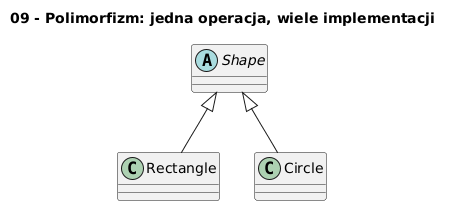
Above: src/_04-classes/09-polymorphism/diagrams/topic_09.png in tborzyszkowski/python-programming (PlantUML), before the change. Its diagram source:
```plantuml
@startuml
skinparam classAttributeIconSize 0
        title 09 - Polimorfizm: jedna operacja, wiele implementacji
        abstract class Shape
class Rectangle
class Circle
Shape <|-- Rectangle
Shape <|-- Circle
@enduml
```
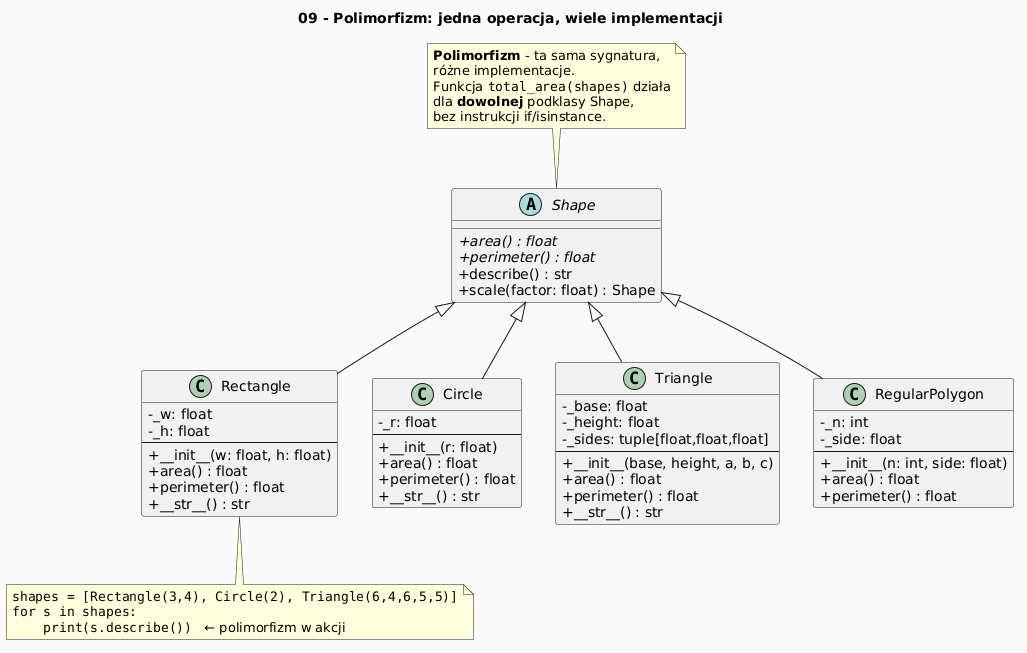
After the commit.

The edit, as a diff of the source:
```diff
@@ -1,9 +1,70 @@
 @startuml
 skinparam classAttributeIconSize 0
-        title 09 - Polimorfizm: jedna operacja, wiele implementacji
-        abstract class Shape
-class Rectangle
-class Circle
+skinparam backgroundColor #FAFAFA
+title 09 - Polimorfizm: jedna operacja, wiele implementacji
+
+abstract class Shape {
+  + {abstract} area() : float
+  + {abstract} perimeter() : float
+  + describe() : str
+  + scale(factor: float) : Shape
+}
+
+class Rectangle {
+  - _w: float
+  - _h: float
+  --
+  + __init__(w: float, h: float)
+  + area() : float
+  + perimeter() : float
+  + __str__() : str
+}
+
+class Circle {
+  - _r: float
+  --
+  + __init__(r: float)
+  + area() : float
+  + perimeter() : float
+  + __str__() : str
+}
+
+class Triangle {
+  - _base: float
+  - _height: float
+  - _sides: tuple[float,float,float]
+  --
+  + __init__(base, height, a, b, c)
+  + area() : float
+  + perimeter() : float
+  + __str__() : str
+}
+
+class RegularPolygon {
+  - _n: int
+  - _side: float
+  --
+  + __init__(n: int, side: float)
+  + area() : float
+  + perimeter() : float
+}
+
 Shape <|-- Rectangle
 Shape <|-- Circle
+Shape <|-- Triangle
+Shape <|-- RegularPolygon
+
+note top of Shape
+  **Polimorfizm** - ta sama sygnatura,
+  różne implementacje.
+  Funkcja ""total_area(shapes)"" działa
+  dla **dowolnej** podklasy Shape,
+  bez instrukcji if/isinstance.
+end note
+
+note bottom of Rectangle
+  ""shapes = [Rectangle(3,4), Circle(2), Triangle(6,4,6,5,5)]""
+  ""for s in shapes:""
+  ""    print(s.describe())""   ← polimorfizm w akcji
+end note
 @enduml
```
